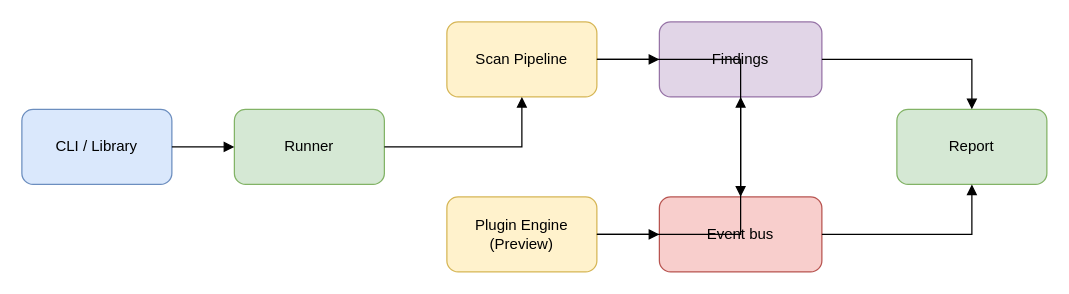
The draw.io diagram page "Runtime Flow" (1 of 2) of docs/architecture.drawio in ITherso/termivar, before the edit. Source tidied: cells renumbered, new cells numbered last; positions are measured from the earlier drawing's top-left corner, leaving out a move shared by most shapes. Both pictures are drawn from the tidied source at 125%, with x=0, y=0 at pixel (21, 21).
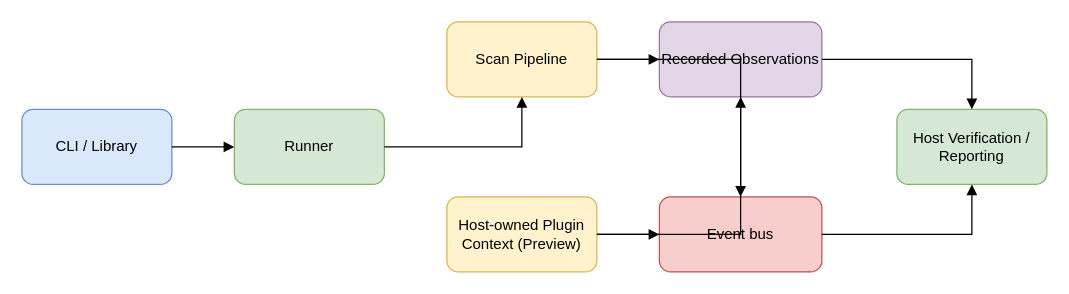
The same page after the edit.

Diff of the diagram source:
```diff
@@
 <mxGraphModel>
   <root>
     <mxCell id="0" />
     <mxCell id="1" parent="0" />
     <mxCell id="2" value="CLI / Library" style="rounded=1;whiteSpace=wrap;html=1;fillColor=#dae8fc;strokeColor=#6c8ebf;" parent="1" vertex="1">
       <mxGeometry y="70" width="120" height="60" as="geometry" />
     </mxCell>
     <mxCell id="3" value="Runner" style="rounded=1;whiteSpace=wrap;html=1;fillColor=#d5e8d4;strokeColor=#82b366;" parent="1" vertex="1">
       <mxGeometry x="170" y="70" width="120" height="60" as="geometry" />
     </mxCell>
     <mxCell id="4" value="Scan Pipeline" style="rounded=1;whiteSpace=wrap;html=1;fillColor=#fff2cc;strokeColor=#d6b656;" parent="1" vertex="1">
       <mxGeometry x="340" width="120" height="60" as="geometry" />
     </mxCell>
-    <mxCell id="5" value="Plugin Engine (Preview)" style="rounded=1;whiteSpace=wrap;html=1;fillColor=#fff2cc;strokeColor=#d6b656;" parent="1" vertex="1">
+    <mxCell id="5" value="Host-owned Plugin Context (Preview)" style="rounded=1;whiteSpace=wrap;html=1;fillColor=#fff2cc;strokeColor=#d6b656;" parent="1" vertex="1">
       <mxGeometry x="340" y="140" width="120" height="60" as="geometry" />
     </mxCell>
-    <mxCell id="6" value="Findings" style="rounded=1;whiteSpace=wrap;html=1;fillColor=#e1d5e7;strokeColor=#9673a6;" parent="1" vertex="1">
+    <mxCell id="6" value="Recorded Observations" style="rounded=1;whiteSpace=wrap;html=1;fillColor=#e1d5e7;strokeColor=#9673a6;" parent="1" vertex="1">
       <mxGeometry x="510" width="130" height="60" as="geometry" />
     </mxCell>
     <mxCell id="7" value="Event bus" style="rounded=1;whiteSpace=wrap;html=1;fillColor=#f8cecc;strokeColor=#b85450;" parent="1" vertex="1">
       <mxGeometry x="510" y="140" width="130" height="60" as="geometry" />
     </mxCell>
-    <mxCell id="8" value="Report" style="rounded=1;whiteSpace=wrap;html=1;fillColor=#d5e8d4;strokeColor=#82b366;" parent="1" vertex="1">
+    <mxCell id="8" value="Host Verification / Reporting" style="rounded=1;whiteSpace=wrap;html=1;fillColor=#d5e8d4;strokeColor=#82b366;" parent="1" vertex="1">
       <mxGeometry x="700" y="70" width="120" height="60" as="geometry" />
     </mxCell>
     <mxCell id="9" style="edgeStyle=orthogonalEdgeStyle;rounded=0;html=1;endArrow=block;" parent="1" edge="1" source="2" target="3">
       <mxGeometry relative="1" as="geometry" />
     </mxCell>
     <mxCell id="10" style="edgeStyle=orthogonalEdgeStyle;rounded=0;html=1;endArrow=block;" parent="1" edge="1" source="3" target="4">
       <mxGeometry relative="1" as="geometry" />
     </mxCell>
     <mxCell id="11" style="edgeStyle=orthogonalEdgeStyle;rounded=0;html=1;endArrow=block;" parent="1" edge="1" source="4" target="6">
       <mxGeometry relative="1" as="geometry" />
     </mxCell>
     <mxCell id="12" style="edgeStyle=orthogonalEdgeStyle;rounded=0;html=1;endArrow=block;" parent="1" edge="1" source="5" target="6">
       <mxGeometry relative="1" as="geometry" />
     </mxCell>
     <mxCell id="13" style="edgeStyle=orthogonalEdgeStyle;rounded=0;html=1;endArrow=block;" parent="1" edge="1" source="4" target="7">
       <mxGeometry relative="1" as="geometry" />
     </mxCell>
     <mxCell id="14" style="edgeStyle=orthogonalEdgeStyle;rounded=0;html=1;endArrow=block;" parent="1" edge="1" source="5" target="7">
       <mxGeometry relative="1" as="geometry" />
     </mxCell>
     <mxCell id="15" style="edgeStyle=orthogonalEdgeStyle;rounded=0;html=1;endArrow=block;" parent="1" edge="1" source="6" target="8">
       <mxGeometry relative="1" as="geometry" />
     </mxCell>
     <mxCell id="16" style="edgeStyle=orthogonalEdgeStyle;rounded=0;html=1;endArrow=block;" parent="1" edge="1" source="7" target="8">
       <mxGeometry relative="1" as="geometry" />
     </mxCell>
   </root>
 </mxGraphModel>
```
